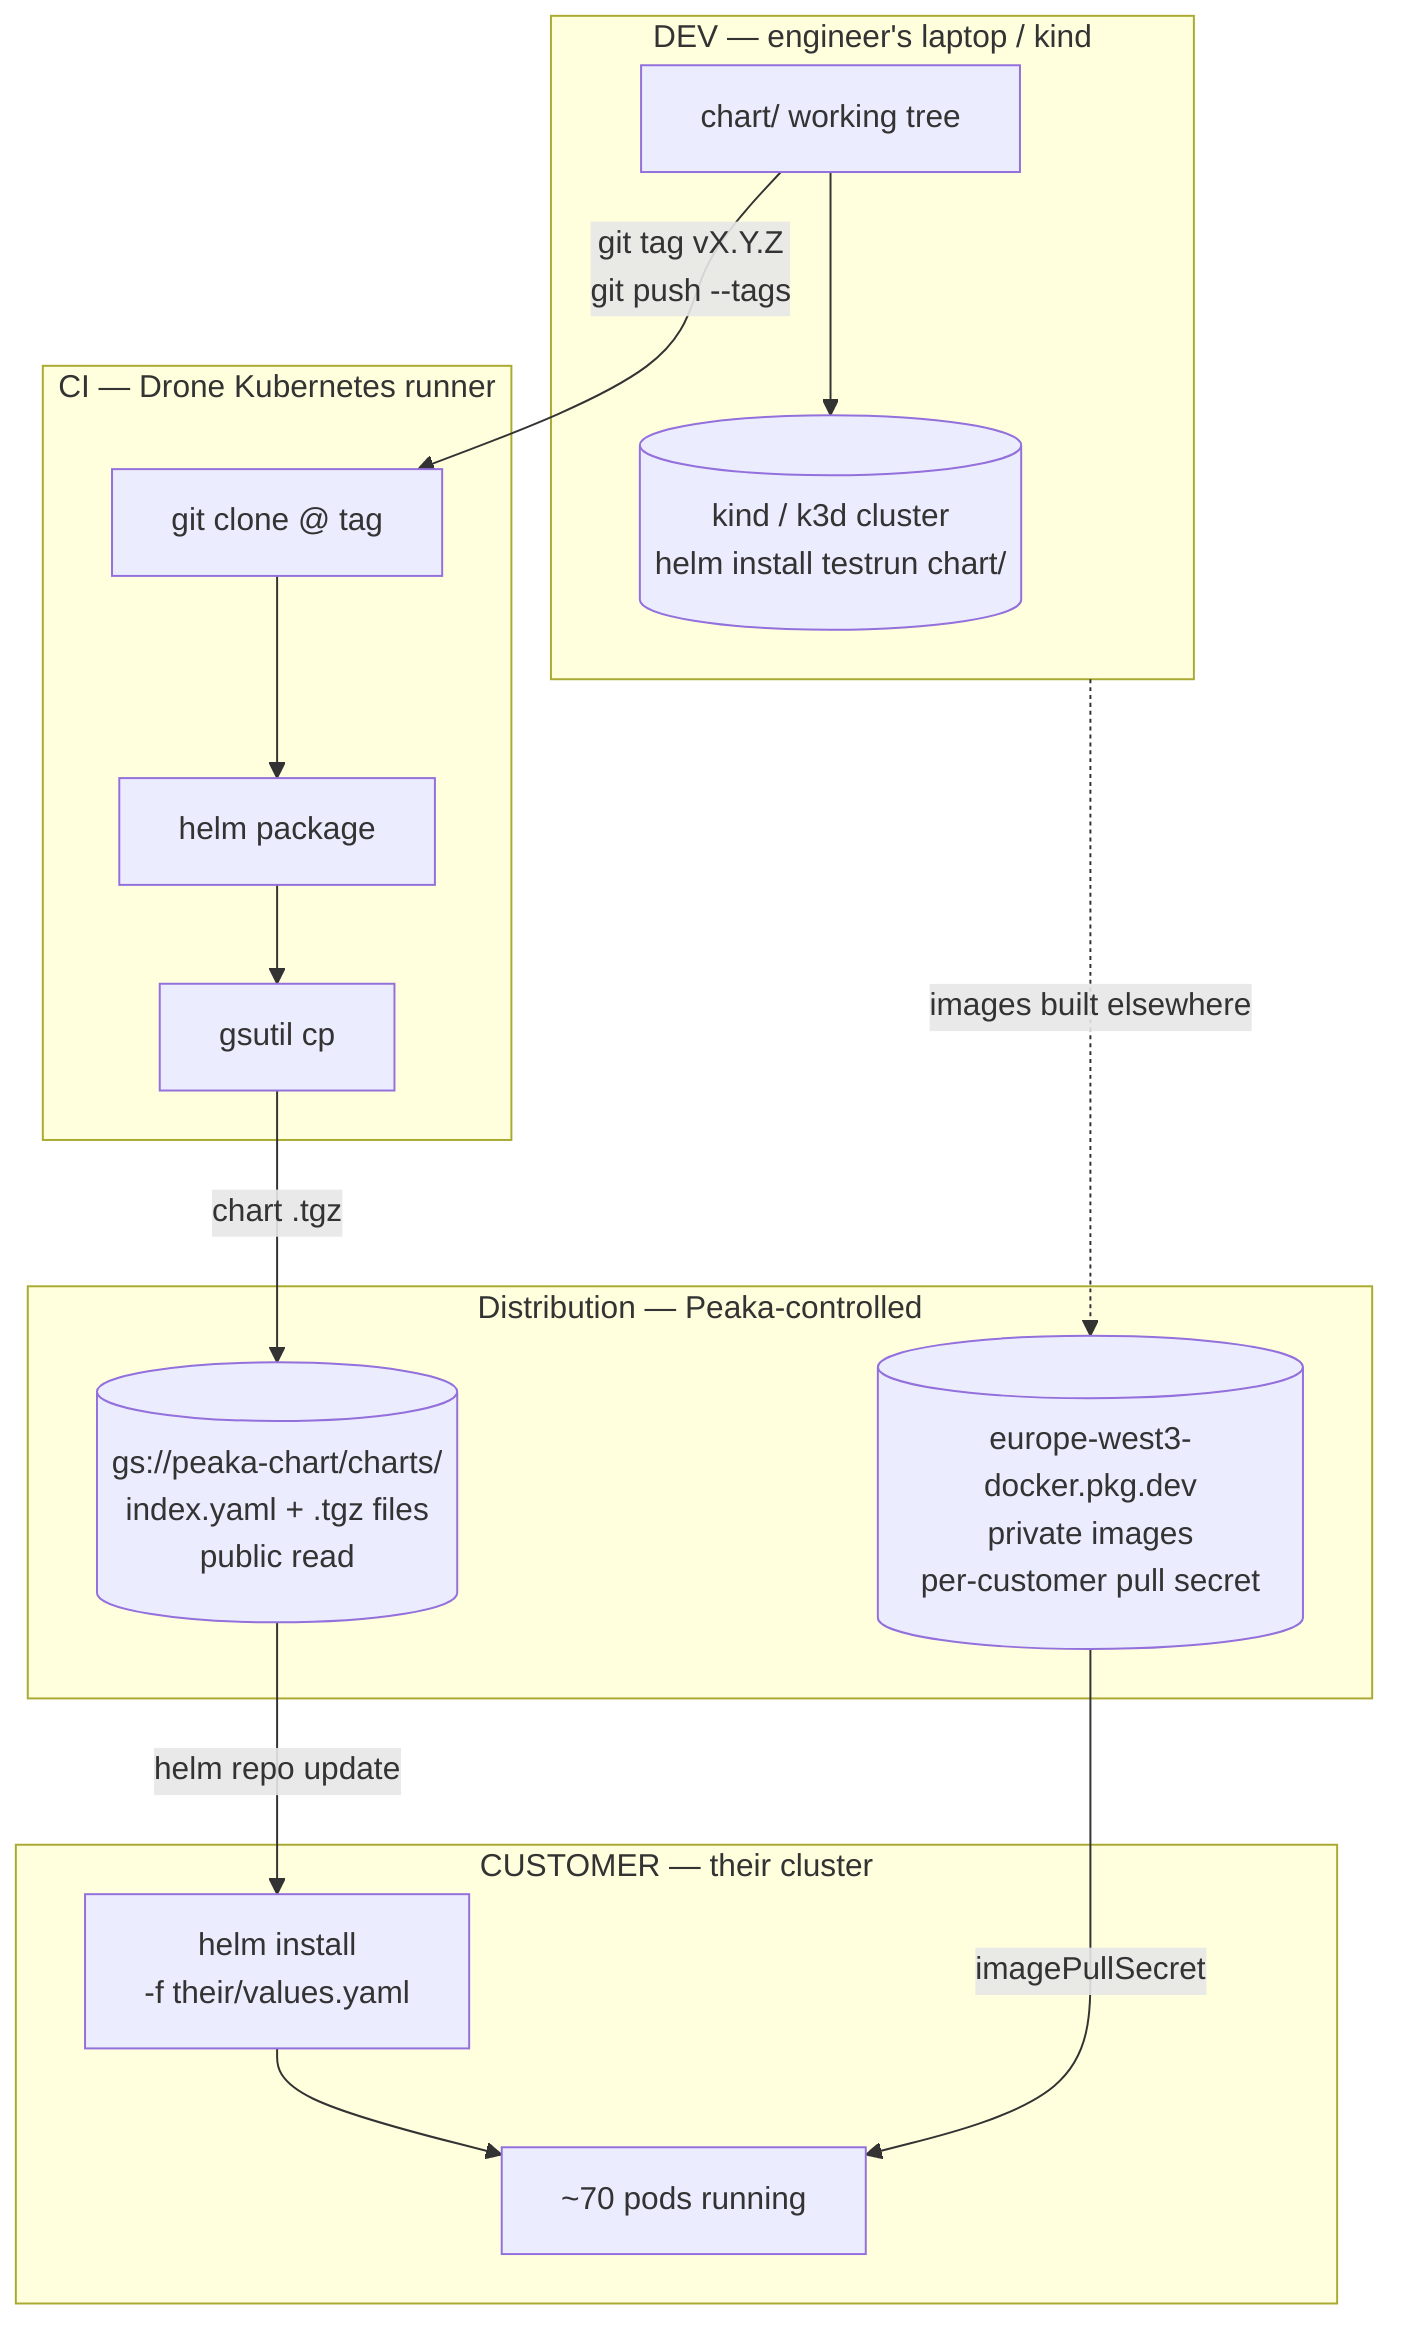
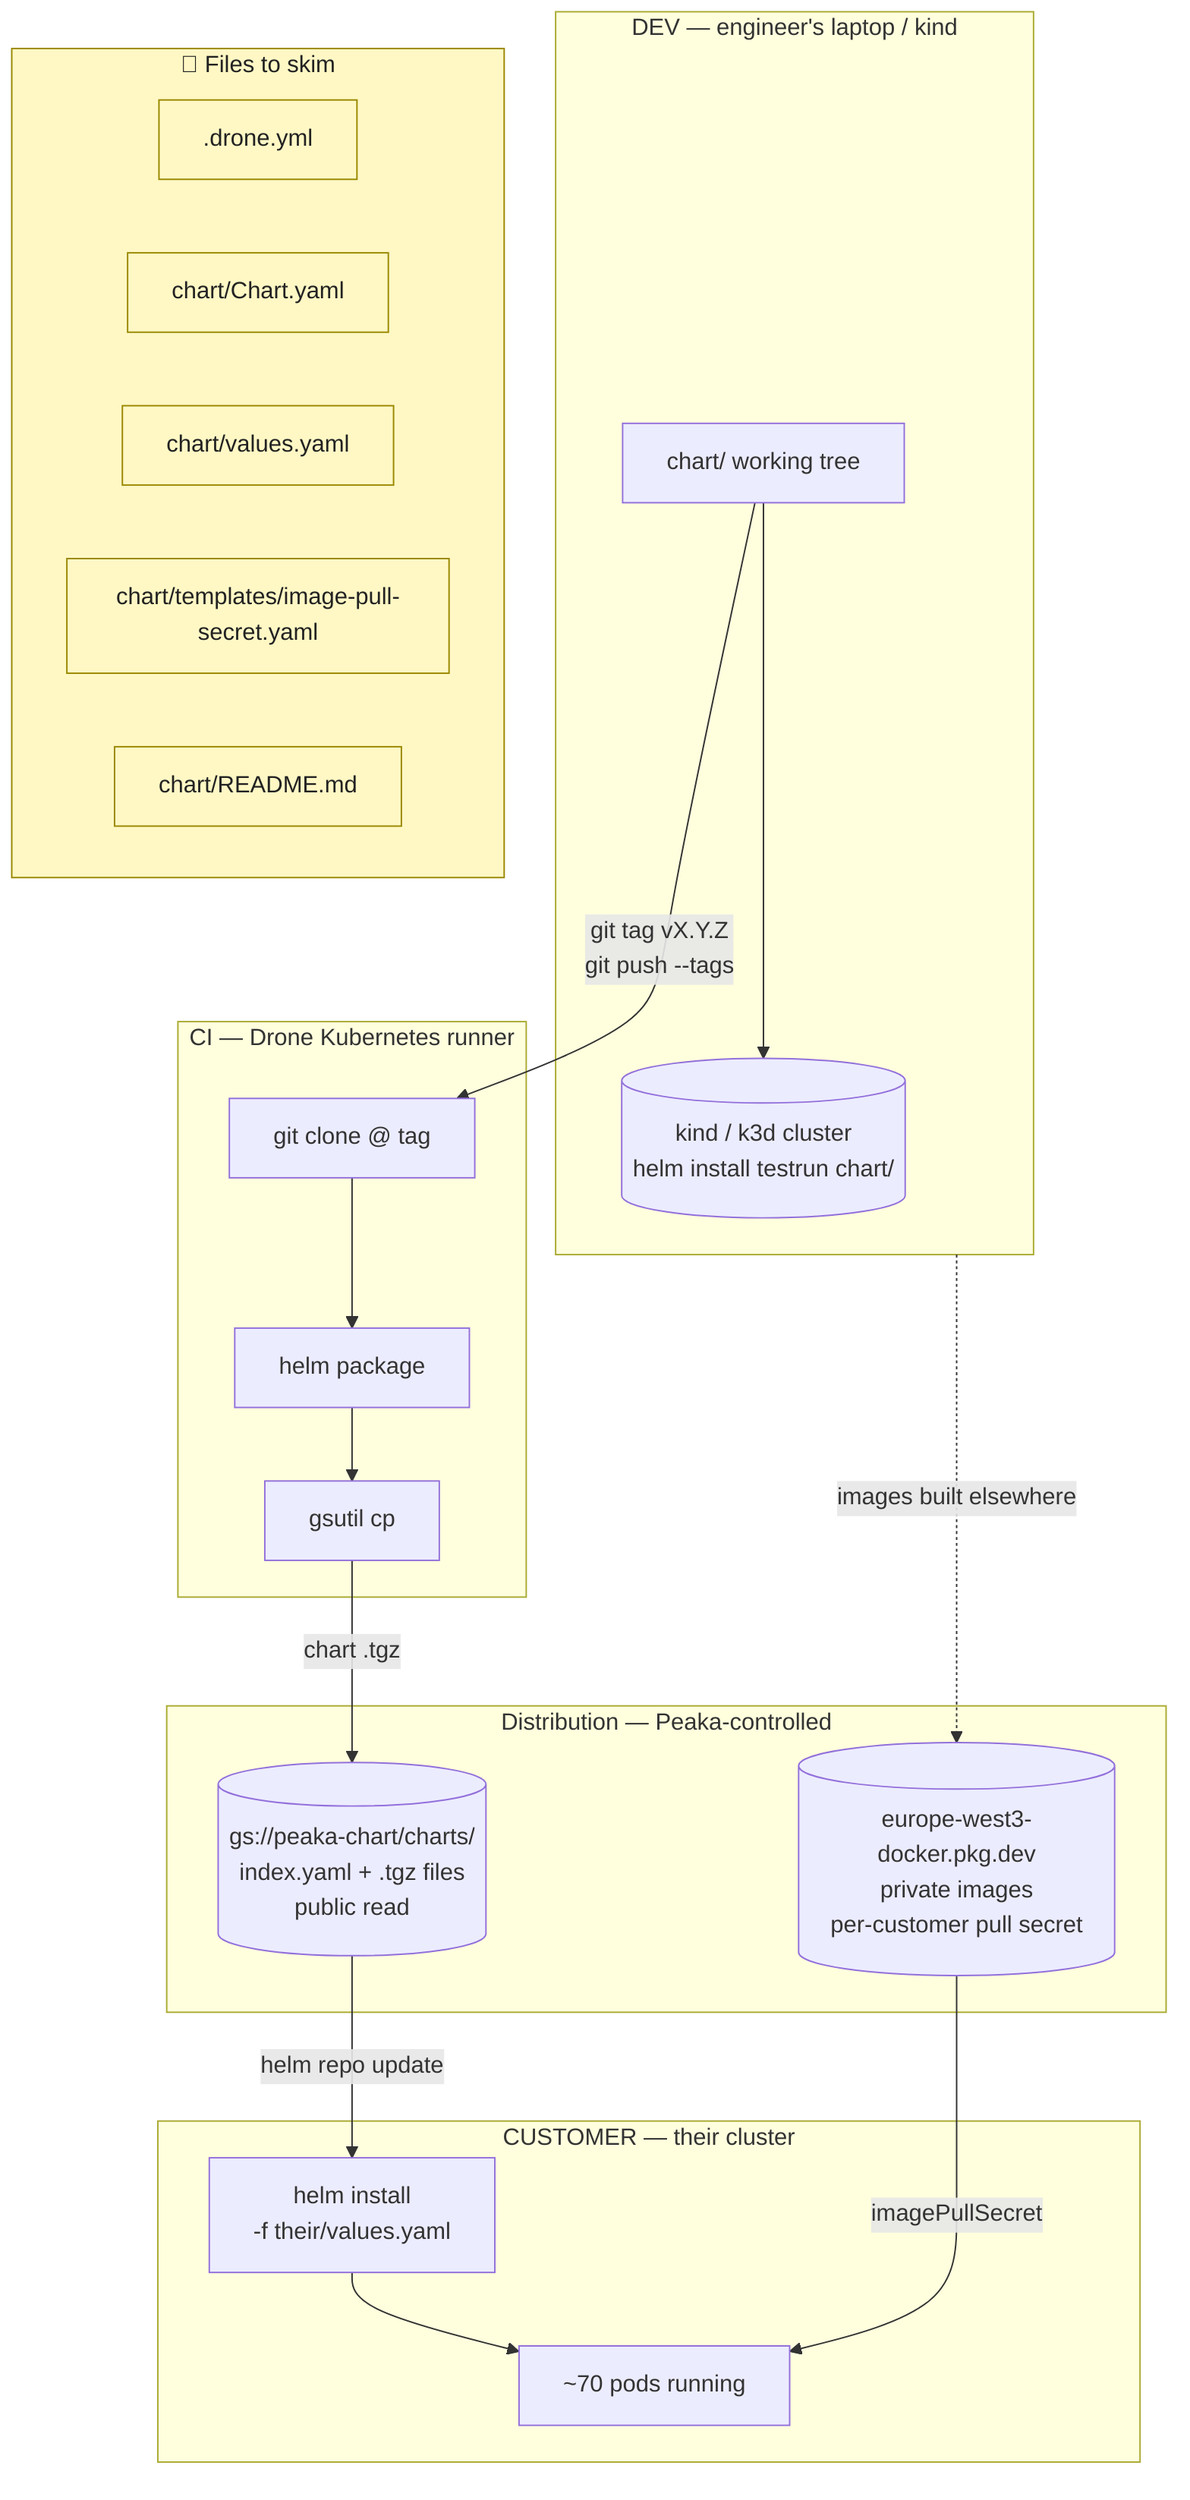
flowchart TB
    subgraph DEV["DEV — engineer's laptop / kind"]
        local_chart["chart/ working tree"]
        local_kind[("kind / k3d cluster<br/>helm install testrun chart/")]
        local_chart --> local_kind
    end

    subgraph CI["CI — Drone Kubernetes runner"]
        ci_clone[git clone @ tag]
        ci_pkg[helm package]
        ci_publish[gsutil cp]
        ci_clone --> ci_pkg --> ci_publish
    end

    subgraph DIST["Distribution — Peaka-controlled"]
        gcs_bucket[("gs://peaka-chart/charts/<br/>index.yaml + .tgz files<br/>public read")]
        gcr_registry[("europe-west3-docker.pkg.dev<br/>private images<br/>per-customer pull secret")]
    end

    subgraph CUST["CUSTOMER — their cluster"]
        cust_helm["helm install <br/>-f their/values.yaml"]
        cust_pods["~70 pods running"]
        cust_helm --> cust_pods
    end

    local_chart -->|"git tag vX.Y.Z<br/>git push --tags"| ci_clone
    ci_publish -->|"chart .tgz"| gcs_bucket
    DEV -.images built elsewhere.-> gcr_registry
    gcs_bucket -->|helm repo update| cust_helm
    gcr_registry -->|imagePullSecret| cust_pods
+ 
+     subgraph Files["📂 Files to skim"]
+         F1[.drone.yml]
+         F2[chart/Chart.yaml]
+         F3[chart/values.yaml]
+         F4[chart/templates/image-pull-secret.yaml]
+         F5[chart/README.md]
+     end
+     classDef files fill:#fff8c5,stroke:#9a8800,color:#222
+     class Files,F1,F2,F3,F4,F5 files
